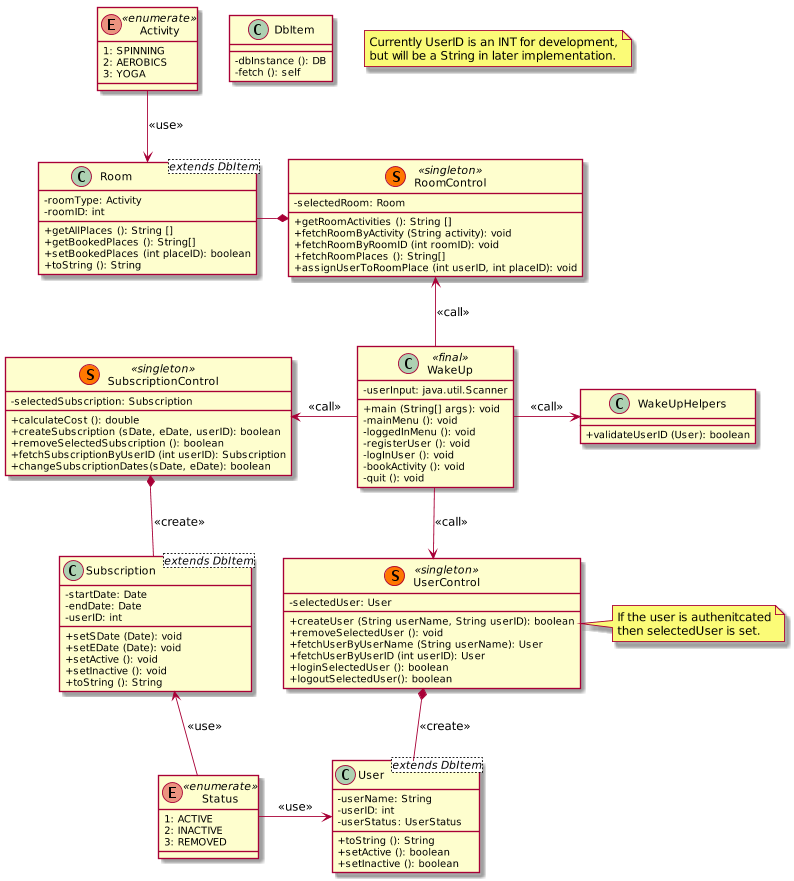
The PlantUML diagram UML_A2.png in weleoka/A02_u01, before a commit.
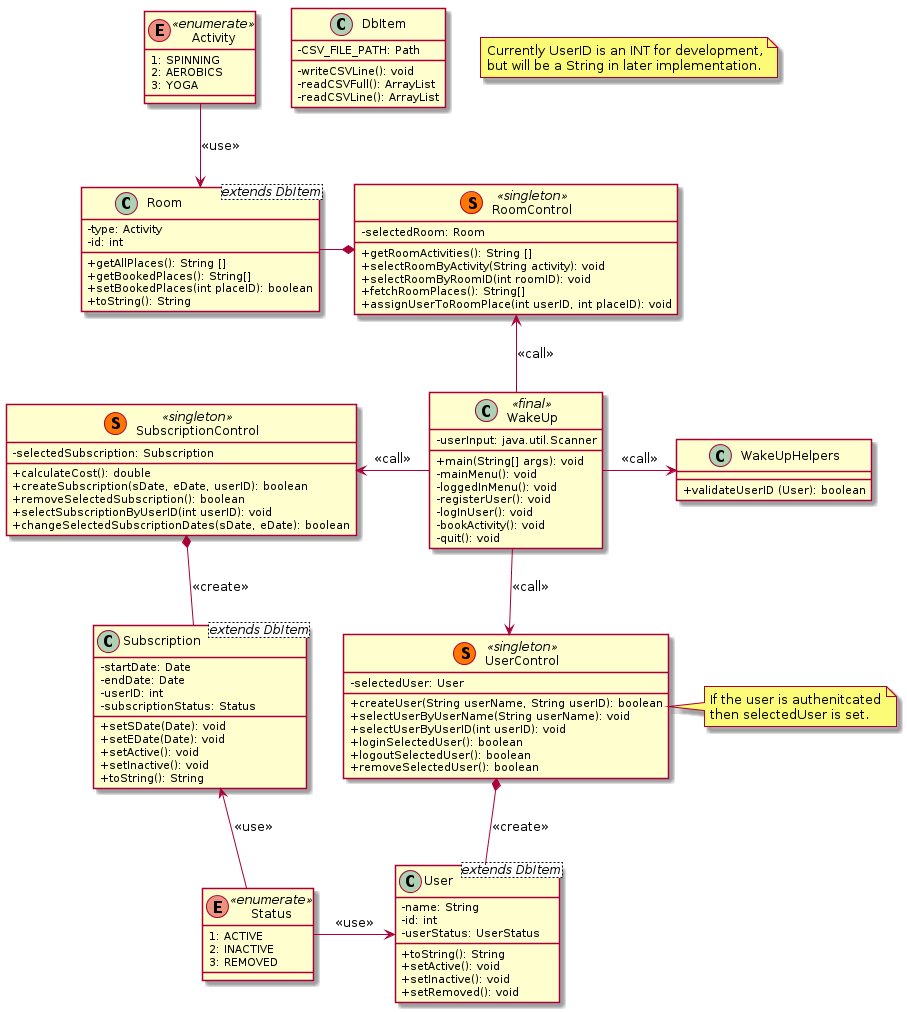
The same diagram one commit later.

Commit message:
Implemented code for Dbitem. Updated UML diagram to reflect naming changes to class variables.

The edit, as a diff of the source:
```diff
@@ -1,44 +1,45 @@
 @startuml
 
-skinparam classAttributeIconSize 0
-skinparam class {
+skinparam {
+    classAttributeIconSize 0
 }
 
 class WakeUp <<final>> {
     - userInput: java.util.Scanner
-    + main (String[] args): void
-    - mainMenu (): void
-    - loggedInMenu (): void
-    - registerUser (): void
-    - logInUser (): void
-    - bookActivity (): void
-    - quit (): void
+    + main(String[] args): void
+    - mainMenu(): void
+    - loggedInMenu(): void
+    - registerUser(): void
+    - logInUser(): void
+    - bookActivity(): void
+    - quit(): void
 }
 class WakeUpHelpers {
     + validateUserID (User): boolean
 }
 class DbItem {
-    - dbInstance (): DB
-    - fetch (): self
+    - CSV_FILE_PATH: Path
+    - writeCSVLine(): void
+    - readCSVFull(): ArrayList
+    - readCSVLine(): ArrayList
 }
-
 
 
 class RoomControl <<(S, #FF7700) singleton>> {
     - selectedRoom: Room
-    + getRoomActivities (): String []
-    + fetchRoomByActivity (String activity): void
-    + fetchRoomByRoomID (int roomID): void
-    + fetchRoomPlaces (): String[]
-    + assignUserToRoomPlace (int userID, int placeID): void
+    + getRoomActivities(): String []
+    + selectRoomByActivity(String activity): void
+    + selectRoomByRoomID(int roomID): void
+    + fetchRoomPlaces(): String[]
+    + assignUserToRoomPlace(int userID, int placeID): void
 }
 class Room <extends DbItem>{
-    - roomType: Activity
-    - roomID: int
-    + getAllPlaces (): String []
-    + getBookedPlaces (): String[]
-    + setBookedPlaces (int placeID): boolean
-    + toString (): String
+    - type: Activity
+    - id: int
+    + getAllPlaces(): String []
+    + getBookedPlaces(): String[]
+    + setBookedPlaces(int placeID): boolean
+    + toString(): String
 }
 enum Activity <<enumerate>> {
     1: SPINNING
@@ -50,20 +51,21 @@
 
 class UserControl <<(S, #FF7700) singleton>> {
     - selectedUser: User
-    + createUser (String userName, String userID): boolean
-    + removeSelectedUser (): void
-    + fetchUserByUserName (String userName): User
-    + fetchUserByUserID (int userID): User
-    + loginSelectedUser (): boolean
+    + createUser(String userName, String userID): boolean
+    + selectUserByUserName(String userName): void
+    + selectUserByUserID(int userID): void
+    + loginSelectedUser(): boolean
     + logoutSelectedUser(): boolean
+    + removeSelectedUser(): boolean
 }
 class User <extends DbItem> {
-    - userName: String
-    - userID: int
+    - name: String
+    - id: int
     - userStatus: UserStatus
-    + toString (): String
-    + setActive (): boolean
-    + setInactive (): boolean
+    + toString(): String
+    + setActive(): void
+    + setInactive(): void
+    + setRemoved(): void
 }
 enum Status <<enumerate>> {
     1: ACTIVE
@@ -75,21 +77,22 @@
 
 class SubscriptionControl <<(S, #FF7700) singleton>> {
     - selectedSubscription: Subscription
-    + calculateCost (): double
-    + createSubscription (sDate, eDate, userID): boolean
-    + removeSelectedSubscription (): boolean
-    + fetchSubscriptionByUserID (int userID): Subscription
-    + changeSubscriptionDates(sDate, eDate): boolean
+    + calculateCost(): double
+    + createSubscription(sDate, eDate, userID): boolean
+    + removeSelectedSubscription(): boolean
+    + selectSubscriptionByUserID(int userID): void
+    + changeSelectedSubscriptionDates(sDate, eDate): boolean
 }
 class Subscription <extends DbItem> {
     - startDate: Date
     - endDate: Date
     - userID: int
-    + setSDate (Date): void
-    + setEDate (Date): void
-    + setActive (): void
-    + setInactive (): void
-    + toString (): String
+    - subscriptionStatus: Status
+    + setSDate(Date): void
+    + setEDate(Date): void
+    + setActive(): void
+    + setInactive(): void
+    + toString(): String
 
 }
 
```
